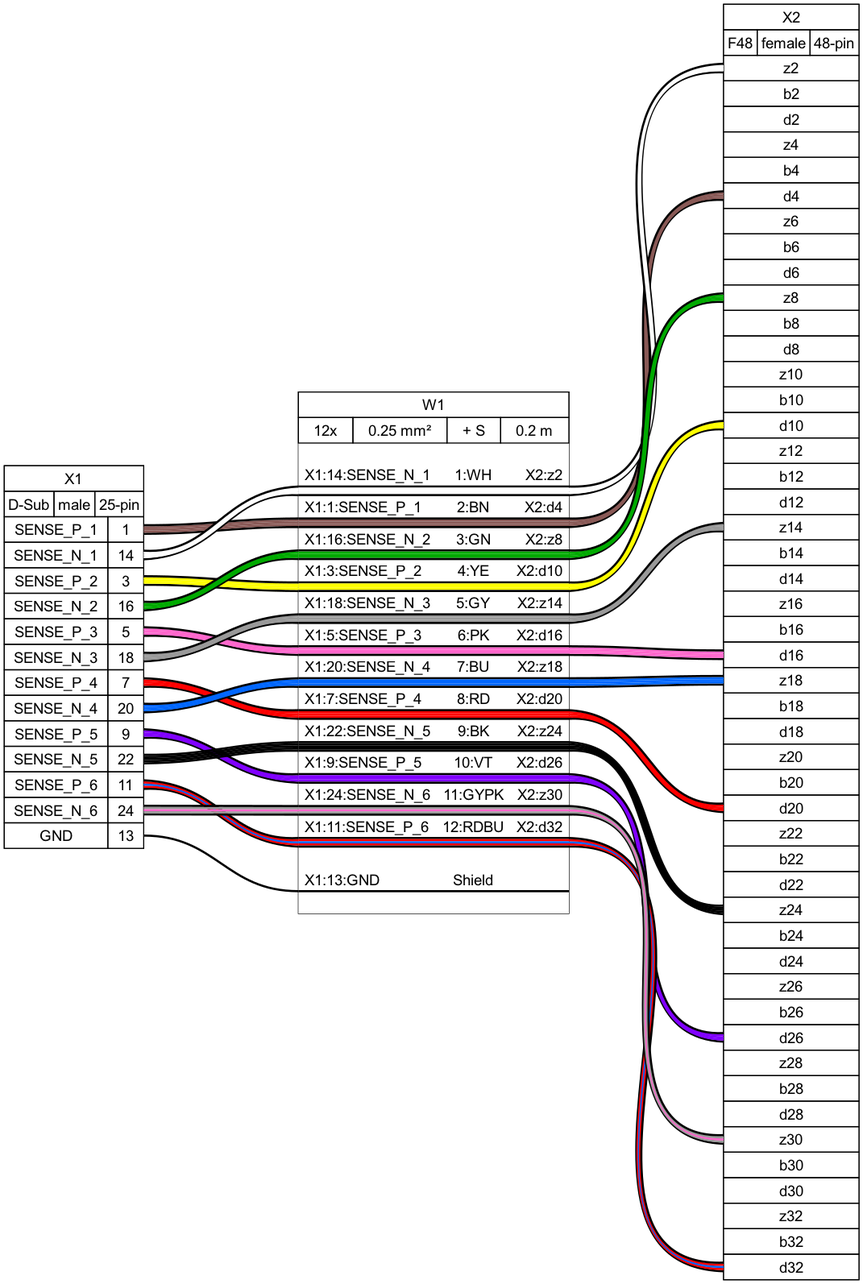
tobiasfalk/WireViz keeps this Graphviz diagram as examples/ex09.png. Above is the earlier version. Its source is kept beside it as examples/ex09.gv.
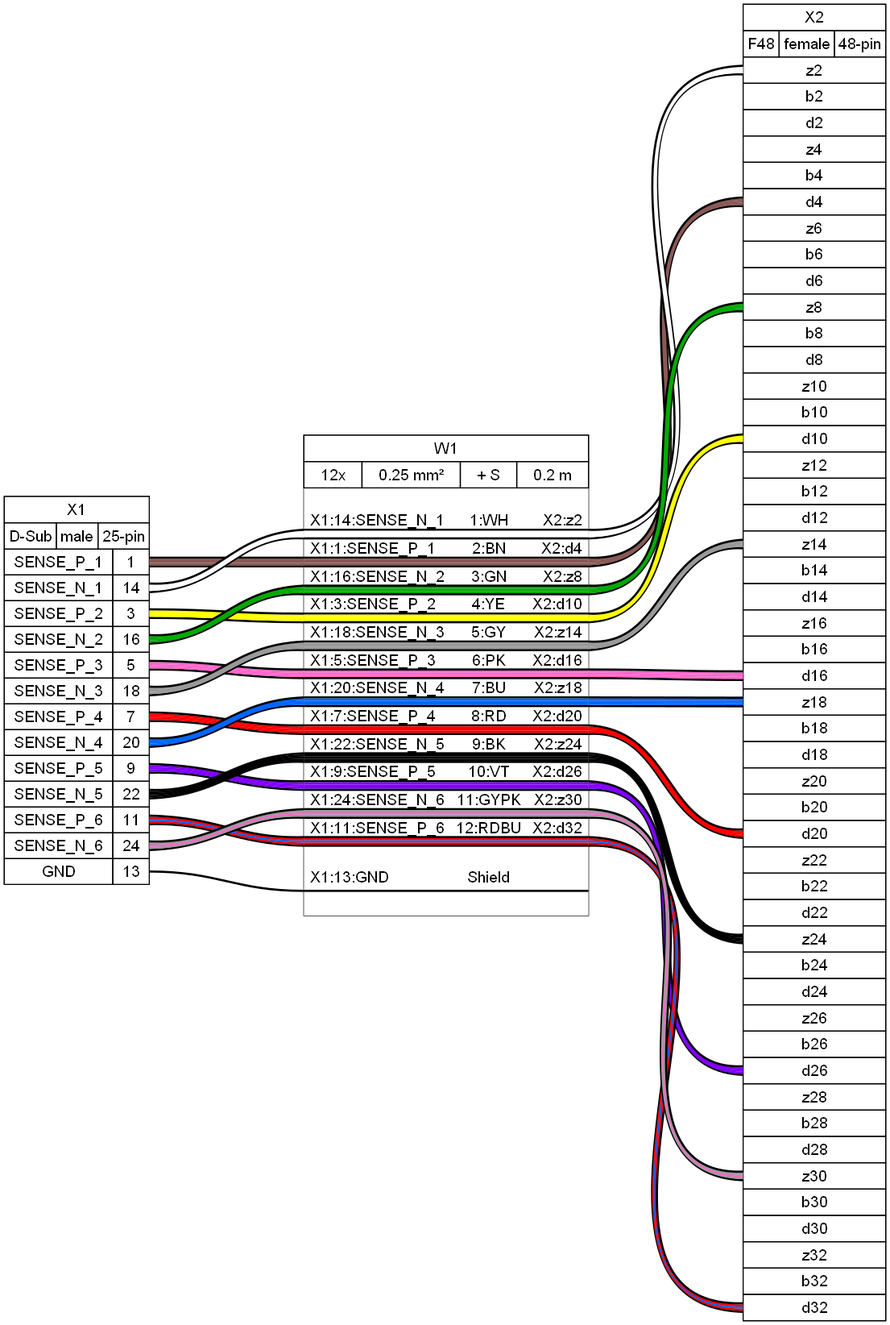
Above is the later version.

Change to the diagram source:
```diff
@@ -343,25 +343,7 @@
      <td align="right">X2:z2 </td>
     </tr>
     <tr>
-     <td border="0" cellspacing="0" cellpadding="0" colspan="5" height="10" port="w1">
-      <table border="0" cellborder="0" cellspacing="0">
-       <tr>
-        <td bgcolor="#000000" border="0" cellpadding="0" colspan="5" height="2"></td>
-       </tr>
-       <tr>
-        <td bgcolor="#FFFFFF" border="0" cellpadding="0" colspan="5" height="2"></td>
-       </tr>
-       <tr>
-        <td bgcolor="#FFFFFF" border="0" cellpadding="0" colspan="5" height="2"></td>
-       </tr>
-       <tr>
-        <td bgcolor="#FFFFFF" border="0" cellpadding="0" colspan="5" height="2"></td>
-       </tr>
-       <tr>
-        <td bgcolor="#000000" border="0" cellpadding="0" colspan="5" height="2"></td>
-       </tr>
-      </table>
-     </td>
+     <td border="0" cellspacing="0" cellpadding="0" colspan="5" height="6" port="w1"></td>
     </tr>
     <tr>
      <td align="left"> X1:1:SENSE_P_1</td>
@@ -371,25 +353,7 @@
      <td align="right">X2:d4 </td>
     </tr>
     <tr>
-     <td border="0" cellspacing="0" cellpadding="0" colspan="5" height="10" port="w2">
-      <table border="0" cellborder="0" cellspacing="0">
-       <tr>
-        <td bgcolor="#000000" border="0" cellpadding="0" colspan="5" height="2"></td>
-       </tr>
-       <tr>
-        <td bgcolor="#895956" border="0" cellpadding="0" colspan="5" height="2"></td>
-       </tr>
-       <tr>
-        <td bgcolor="#895956" border="0" cellpadding="0" colspan="5" height="2"></td>
-       </tr>
-       <tr>
-        <td bgcolor="#895956" border="0" cellpadding="0" colspan="5" height="2"></td>
-       </tr>
-       <tr>
-        <td bgcolor="#000000" border="0" cellpadding="0" colspan="5" height="2"></td>
-       </tr>
-      </table>
-     </td>
+     <td border="0" cellspacing="0" cellpadding="0" colspan="5" height="6" port="w2"></td>
     </tr>
     <tr>
      <td align="left"> X1:16:SENSE_N_2</td>
@@ -399,25 +363,7 @@
      <td align="right">X2:z8 </td>
     </tr>
     <tr>
-     <td border="0" cellspacing="0" cellpadding="0" colspan="5" height="10" port="w3">
-      <table border="0" cellborder="0" cellspacing="0">
-       <tr>
-        <td bgcolor="#000000" border="0" cellpadding="0" colspan="5" height="2"></td>
-       </tr>
-       <tr>
-        <td bgcolor="#00AA00" border="0" cellpadding="0" colspan="5" height="2"></td>
-       </tr>
-       <tr>
-        <td bgcolor="#00AA00" border="0" cellpadding="0" colspan="5" height="2"></td>
-       </tr>
-       <tr>
-        <td bgcolor="#00AA00" border="0" cellpadding="0" colspan="5" height="2"></td>
-       </tr>
-       <tr>
-        <td bgcolor="#000000" border="0" cellpadding="0" colspan="5" height="2"></td>
-       </tr>
-      </table>
-     </td>
+     <td border="0" cellspacing="0" cellpadding="0" colspan="5" height="6" port="w3"></td>
     </tr>
     <tr>
      <td align="left"> X1:3:SENSE_P_2</td>
@@ -427,25 +373,7 @@
      <td align="right">X2:d10 </td>
     </tr>
     <tr>
-     <td border="0" cellspacing="0" cellpadding="0" colspan="5" height="10" port="w4">
-      <table border="0" cellborder="0" cellspacing="0">
-       <tr>
-        <td bgcolor="#000000" border="0" cellpadding="0" colspan="5" height="2"></td>
-       </tr>
-       <tr>
-        <td bgcolor="#FFFF00" border="0" cellpadding="0" colspan="5" height="2"></td>
-       </tr>
-       <tr>
-        <td bgcolor="#FFFF00" border="0" cellpadding="0" colspan="5" height="2"></td>
-       </tr>
-       <tr>
-        <td bgcolor="#FFFF00" border="0" cellpadding="0" colspan="5" height="2"></td>
-       </tr>
-       <tr>
-        <td bgcolor="#000000" border="0" cellpadding="0" colspan="5" height="2"></td>
-       </tr>
-      </table>
-     </td>
+     <td border="0" cellspacing="0" cellpadding="0" colspan="5" height="6" port="w4"></td>
     </tr>
     <tr>
      <td align="left"> X1:18:SENSE_N_3</td>
@@ -455,25 +383,7 @@
      <td align="right">X2:z14 </td>
     </tr>
     <tr>
-     <td border="0" cellspacing="0" cellpadding="0" colspan="5" height="10" port="w5">
-      <table border="0" cellborder="0" cellspacing="0">
-       <tr>
-        <td bgcolor="#000000" border="0" cellpadding="0" colspan="5" height="2"></td>
-       </tr>
-       <tr>
-        <td bgcolor="#999999" border="0" cellpadding="0" colspan="5" height="2"></td>
-       </tr>
-       <tr>
-        <td bgcolor="#999999" border="0" cellpadding="0" colspan="5" height="2"></td>
-       </tr>
-       <tr>
-        <td bgcolor="#999999" border="0" cellpadding="0" colspan="5" height="2"></td>
-       </tr>
-       <tr>
-        <td bgcolor="#000000" border="0" cellpadding="0" colspan="5" height="2"></td>
-       </tr>
-      </table>
-     </td>
+     <td border="0" cellspacing="0" cellpadding="0" colspan="5" height="6" port="w5"></td>
     </tr>
     <tr>
      <td align="left"> X1:5:SENSE_P_3</td>
@@ -483,25 +393,7 @@
      <td align="right">X2:d16 </td>
     </tr>
     <tr>
-     <td border="0" cellspacing="0" cellpadding="0" colspan="5" height="10" port="w6">
-      <table border="0" cellborder="0" cellspacing="0">
-       <tr>
-        <td bgcolor="#000000" border="0" cellpadding="0" colspan="5" height="2"></td>
-       </tr>
-       <tr>
-        <td bgcolor="#FF66CC" border="0" cellpadding="0" colspan="5" height="2"></td>
-       </tr>
-       <tr>
-        <td bgcolor="#FF66CC" border="0" cellpadding="0" colspan="5" height="2"></td>
-       </tr>
-       <tr>
-        <td bgcolor="#FF66CC" border="0" cellpadding="0" colspan="5" height="2"></td>
-       </tr>
-       <tr>
-        <td bgcolor="#000000" border="0" cellpadding="0" colspan="5" height="2"></td>
-       </tr>
-      </table>
-     </td>
+     <td border="0" cellspacing="0" cellpadding="0" colspan="5" height="6" port="w6"></td>
     </tr>
     <tr>
      <td align="left"> X1:20:SENSE_N_4</td>
@@ -511,25 +403,7 @@
      <td align="right">X2:z18 </td>
     </tr>
     <tr>
-     <td border="0" cellspacing="0" cellpadding="0" colspan="5" height="10" port="w7">
-      <table border="0" cellborder="0" cellspacing="0">
-       <tr>
-        <td bgcolor="#000000" border="0" cellpadding="0" colspan="5" height="2"></td>
-       </tr>
-       <tr>
-        <td bgcolor="#0066FF" border="0" cellpadding="0" colspan="5" height="2"></td>
-       </tr>
-       <tr>
-        <td bgcolor="#0066FF" border="0" cellpadding="0" colspan="5" height="2"></td>
-       </tr>
-       <tr>
-        <td bgcolor="#0066FF" border="0" cellpadding="0" colspan="5" height="2"></td>
-       </tr>
-       <tr>
-        <td bgcolor="#000000" border="0" cellpadding="0" colspan="5" height="2"></td>
-       </tr>
-      </table>
-     </td>
+     <td border="0" cellspacing="0" cellpadding="0" colspan="5" height="6" port="w7"></td>
     </tr>
     <tr>
      <td align="left"> X1:7:SENSE_P_4</td>
@@ -539,25 +413,7 @@
      <td align="right">X2:d20 </td>
     </tr>
     <tr>
-     <td border="0" cellspacing="0" cellpadding="0" colspan="5" height="10" port="w8">
-      <table border="0" cellborder="0" cellspacing="0">
-       <tr>
-        <td bgcolor="#000000" border="0" cellpadding="0" colspan="5" height="2"></td>
-       </tr>
-       <tr>
-        <td bgcolor="#FF0000" border="0" cellpadding="0" colspan="5" height="2"></td>
-       </tr>
-       <tr>
-        <td bgcolor="#FF0000" border="0" cellpadding="0" colspan="5" height="2"></td>
-       </tr>
-       <tr>
-        <td bgcolor="#FF0000" border="0" cellpadding="0" colspan="5" height="2"></td>
-       </tr>
-       <tr>
-        <td bgcolor="#000000" border="0" cellpadding="0" colspan="5" height="2"></td>
-       </tr>
-      </table>
-     </td>
+     <td border="0" cellspacing="0" cellpadding="0" colspan="5" height="6" port="w8"></td>
     </tr>
     <tr>
      <td align="left"> X1:22:SENSE_N_5</td>
@@ -567,25 +423,7 @@
      <td align="right">X2:z24 </td>
     </tr>
     <tr>
-     <td border="0" cellspacing="0" cellpadding="0" colspan="5" height="10" port="w9">
-      <table border="0" cellborder="0" cellspacing="0">
-       <tr>
-        <td bgcolor="#000000" border="0" cellpadding="0" colspan="5" height="2"></td>
-       </tr>
-       <tr>
-        <td bgcolor="#000000" border="0" cellpadding="0" colspan="5" height="2"></td>
-       </tr>
-       <tr>
-        <td bgcolor="#000000" border="0" cellpadding="0" colspan="5" height="2"></td>
-       </tr>
-       <tr>
-        <td bgcolor="#000000" border="0" cellpadding="0" colspan="5" height="2"></td>
-       </tr>
-       <tr>
-        <td bgcolor="#000000" border="0" cellpadding="0" colspan="5" height="2"></td>
-       </tr>
-      </table>
-     </td>
+     <td border="0" cellspacing="0" cellpadding="0" colspan="5" height="6" port="w9"></td>
     </tr>
     <tr>
      <td align="left"> X1:9:SENSE_P_5</td>
@@ -595,25 +433,7 @@
      <td align="right">X2:d26 </td>
     </tr>
     <tr>
-     <td border="0" cellspacing="0" cellpadding="0" colspan="5" height="10" port="w10">
-      <table border="0" cellborder="0" cellspacing="0">
-       <tr>
-        <td bgcolor="#000000" border="0" cellpadding="0" colspan="5" height="2"></td>
-       </tr>
-       <tr>
-        <td bgcolor="#8000FF" border="0" cellpadding="0" colspan="5" height="2"></td>
-       </tr>
-       <tr>
-        <td bgcolor="#8000FF" border="0" cellpadding="0" colspan="5" height="2"></td>
-       </tr>
-       <tr>
-        <td bgcolor="#8000FF" border="0" cellpadding="0" colspan="5" height="2"></td>
-       </tr>
-       <tr>
-        <td bgcolor="#000000" border="0" cellpadding="0" colspan="5" height="2"></td>
-       </tr>
-      </table>
-     </td>
+     <td border="0" cellspacing="0" cellpadding="0" colspan="5" height="6" port="w10"></td>
     </tr>
     <tr>
      <td align="left"> X1:24:SENSE_N_6</td>
@@ -623,25 +443,7 @@
      <td align="right">X2:z30 </td>
     </tr>
     <tr>
-     <td border="0" cellspacing="0" cellpadding="0" colspan="5" height="10" port="w11">
-      <table border="0" cellborder="0" cellspacing="0">
-       <tr>
-        <td bgcolor="#000000" border="0" cellpadding="0" colspan="5" height="2"></td>
-       </tr>
-       <tr>
-        <td bgcolor="#999999" border="0" cellpadding="0" colspan="5" height="2"></td>
-       </tr>
-       <tr>
-        <td bgcolor="#FF66CC" border="0" cellpadding="0" colspan="5" height="2"></td>
-       </tr>
-       <tr>
-        <td bgcolor="#999999" border="0" cellpadding="0" colspan="5" height="2"></td>
-       </tr>
-       <tr>
-        <td bgcolor="#000000" border="0" cellpadding="0" colspan="5" height="2"></td>
-       </tr>
-      </table>
-     </td>
+     <td border="0" cellspacing="0" cellpadding="0" colspan="5" height="6" port="w11"></td>
     </tr>
     <tr>
      <td align="left"> X1:11:SENSE_P_6</td>
@@ -651,25 +453,7 @@
      <td align="right">X2:d32 </td>
     </tr>
     <tr>
-     <td border="0" cellspacing="0" cellpadding="0" colspan="5" height="10" port="w12">
-      <table border="0" cellborder="0" cellspacing="0">
-       <tr>
-        <td bgcolor="#000000" border="0" cellpadding="0" colspan="5" height="2"></td>
-       </tr>
-       <tr>
-        <td bgcolor="#FF0000" border="0" cellpadding="0" colspan="5" height="2"></td>
-       </tr>
-       <tr>
-        <td bgcolor="#0066FF" border="0" cellpadding="0" colspan="5" height="2"></td>
-       </tr>
-       <tr>
-        <td bgcolor="#FF0000" border="0" cellpadding="0" colspan="5" height="2"></td>
-       </tr>
-       <tr>
-        <td bgcolor="#000000" border="0" cellpadding="0" colspan="5" height="2"></td>
-       </tr>
-      </table>
-     </td>
+     <td border="0" cellspacing="0" cellpadding="0" colspan="5" height="6" port="w12"></td>
     </tr>
     <tr>
      <td>&nbsp;</td>
@@ -682,13 +466,7 @@
      <td align="right"> </td>
     </tr>
     <tr>
-     <td border="0" cellspacing="0" cellpadding="0" colspan="5" height="2" port="w13">
-      <table border="0" cellborder="0" cellspacing="0">
-       <tr>
-        <td bgcolor="#000000" border="0" cellpadding="0" colspan="5" height="2"></td>
-       </tr>
-      </table>
-     </td>
+     <td border="0" cellspacing="0" cellpadding="0" colspan="5" height="6" port="w13"></td>
     </tr>
     <tr>
      <td>&nbsp;</td>
@@ -736,4 +514,17 @@
 	W1:w11:e -- X2:p43l:w
 	edge [color="#000000"]
 	X1:p13r:e -- W1:w13:w
+	W1:w1:e -- W1:w1:w [color="#000000:#FFFFFF:#FFFFFF:#FFFFFF:#000000" straight=straight]
+	W1:w2:e -- W1:w2:w [color="#000000:#895956:#895956:#895956:#000000" straight=straight]
+	W1:w3:e -- W1:w3:w [color="#000000:#00AA00:#00AA00:#00AA00:#000000" straight=straight]
+	W1:w4:e -- W1:w4:w [color="#000000:#FFFF00:#FFFF00:#FFFF00:#000000" straight=straight]
+	W1:w5:e -- W1:w5:w [color="#000000:#999999:#999999:#999999:#000000" straight=straight]
+	W1:w6:e -- W1:w6:w [color="#000000:#FF66CC:#FF66CC:#FF66CC:#000000" straight=straight]
+	W1:w7:e -- W1:w7:w [color="#000000:#0066FF:#0066FF:#0066FF:#000000" straight=straight]
+	W1:w8:e -- W1:w8:w [color="#000000:#FF0000:#FF0000:#FF0000:#000000" straight=straight]
+	W1:w9:e -- W1:w9:w [color="#000000:#000000:#000000:#000000:#000000" straight=straight]
+	W1:w10:e -- W1:w10:w [color="#000000:#8000FF:#8000FF:#8000FF:#000000" straight=straight]
+	W1:w11:e -- W1:w11:w [color="#000000:#999999:#FF66CC:#999999:#000000" straight=straight]
+	W1:w12:e -- W1:w12:w [color="#000000:#FF0000:#0066FF:#FF0000:#000000" straight=straight]
+	W1:w13:e -- W1:w13:w [color="#000000" straight=straight]
 }
```
